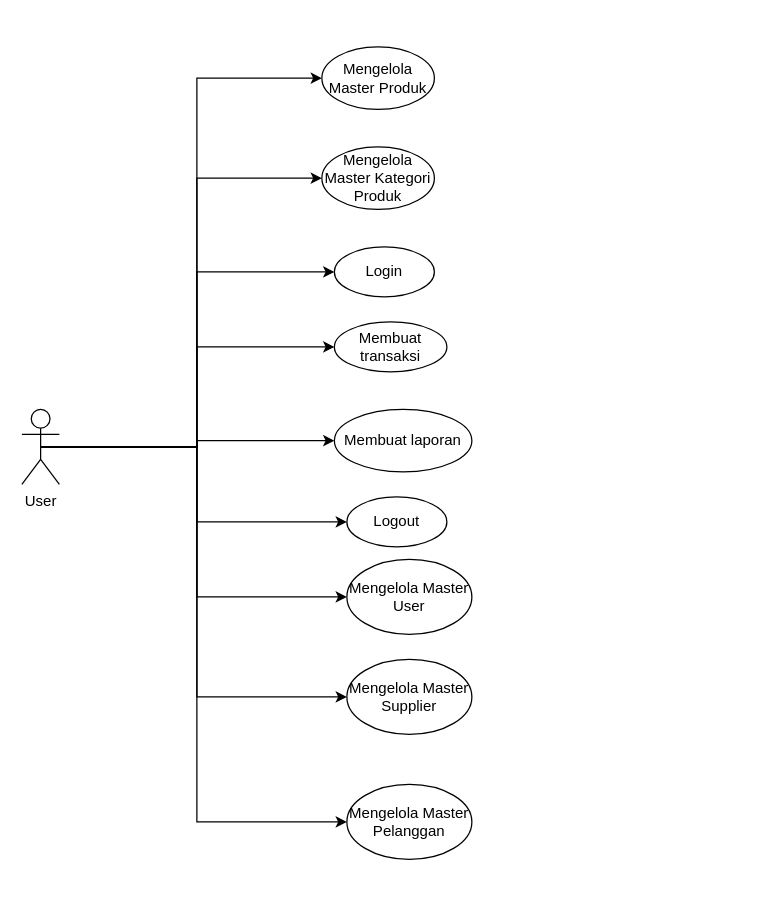
Earlier version of the draw.io diagram page "Use Case" (2 of 3) of Untitled Diagram.drawio (rizalazky/shop). Source tidied: cells renumbered, new cells numbered last; positions are measured from the earlier drawing's top-left corner, leaving out a move shared by most shapes. Both pictures are drawn from the tidied source at 125%, with x=0, y=0 at pixel (21, 46).
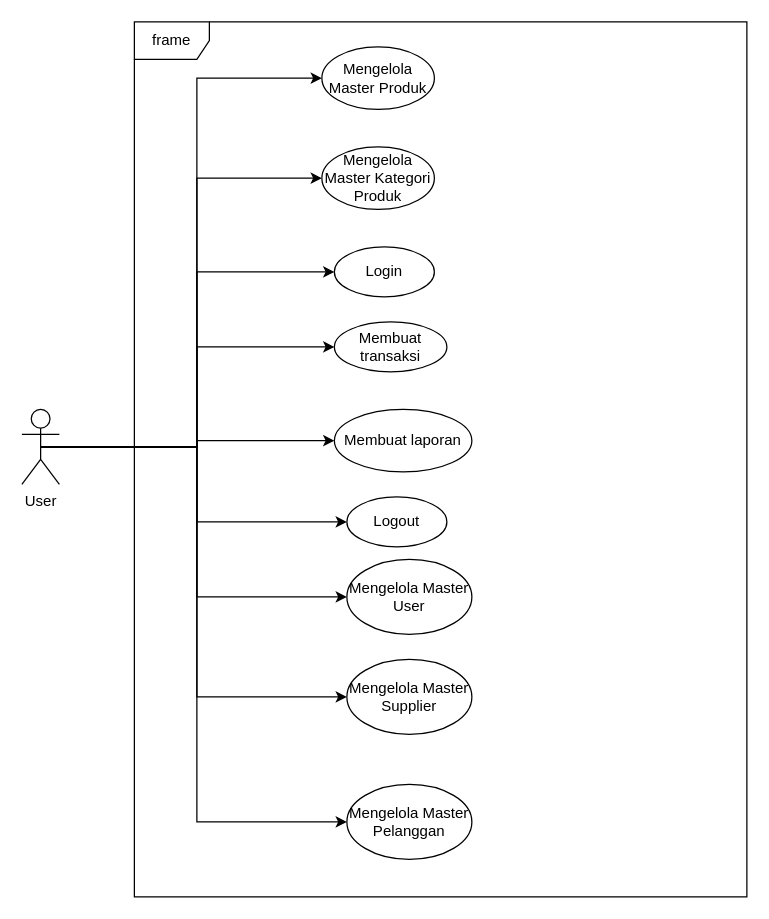
The same page after the edit.

Change to the diagram source:
```diff
@@
+    <mxCell id="21" value="frame" style="shape=umlFrame;whiteSpace=wrap;html=1;" parent="1" vertex="1">
+      <mxGeometry x="90" y="-20" width="490" height="700" as="geometry" />
+    </mxCell>
```
